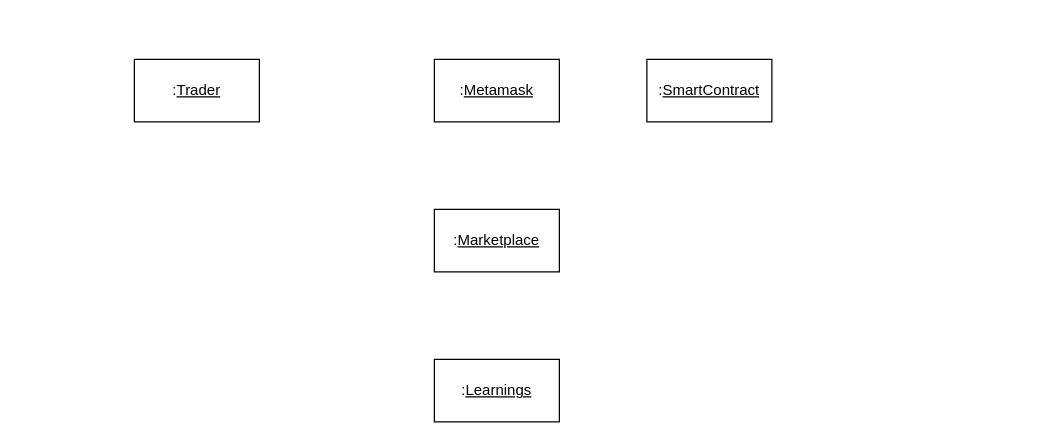
This is collab.drawio from CODEX108/Computer-Security, a draw.io file, before an edit. Source tidied: cells renumbered, new cells numbered last; positions are measured from the earlier drawing's top-left corner, leaving out a move shared by most shapes. Both pictures are drawn from the tidied source at 125%, with x=0, y=0 at pixel (134, 59).
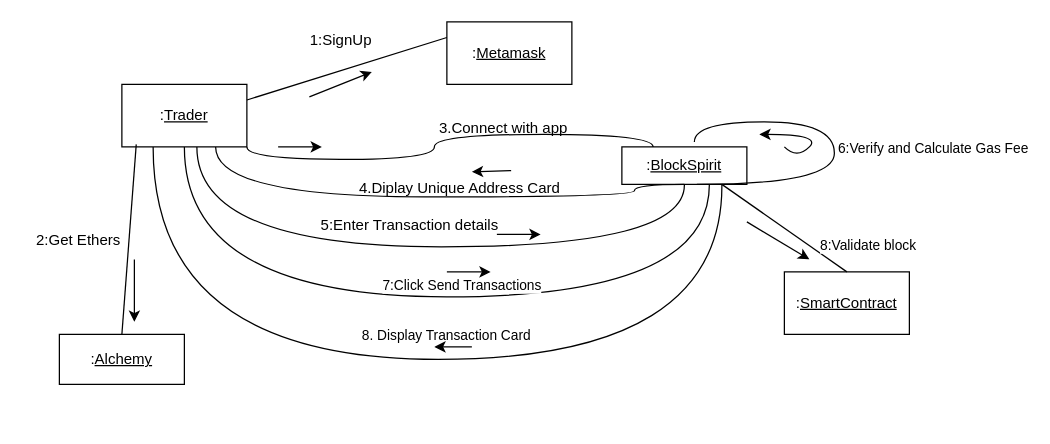
After the change.

What changed in the source:
```diff
@@
     <mxCell id="2" value=":&lt;u&gt;Trader&lt;/u&gt;" style="html=1;whiteSpace=wrap;" parent="1" vertex="1">
-      <mxGeometry width="100" height="50" as="geometry" />
+      <mxGeometry x="-10" y="20" width="100" height="50" as="geometry" />
     </mxCell>
-    <mxCell id="3" value=":&lt;u&gt;Learnings&lt;/u&gt;" style="html=1;whiteSpace=wrap;" parent="1" vertex="1">
-      <mxGeometry x="240" y="240" width="100" height="50" as="geometry" />
-    </mxCell>
-    <mxCell id="4" value=":&lt;u&gt;Marketplace&lt;/u&gt;" style="html=1;whiteSpace=wrap;" parent="1" vertex="1">
-      <mxGeometry x="240" y="120" width="100" height="50" as="geometry" />
+    <mxCell id="4" value=":&lt;u&gt;BlockSpirit&lt;/u&gt;" style="html=1;whiteSpace=wrap;" parent="1" vertex="1">
+      <mxGeometry x="390" y="70" width="100" height="30" as="geometry" />
     </mxCell>
     <mxCell id="5" value=":&lt;u&gt;Metamask&lt;/u&gt;" style="html=1;whiteSpace=wrap;" parent="1" vertex="1">
-      <mxGeometry x="240" width="100" height="50" as="geometry" />
+      <mxGeometry x="250" y="-30" width="100" height="50" as="geometry" />
     </mxCell>
     <mxCell id="6" value=":&lt;u&gt;SmartContract&lt;/u&gt;" style="html=1;whiteSpace=wrap;" parent="1" vertex="1">
-      <mxGeometry x="410" width="100" height="50" as="geometry" />
+      <mxGeometry x="520" y="170" width="100" height="50" as="geometry" />
     </mxCell>
+    <mxCell id="7" style="endArrow=none;html=1;rounded=0;exitX=1;exitY=0.25;exitDx=0;exitDy=0;entryX=0;entryY=0.25;entryDx=0;entryDy=0;" parent="1" edge="1" source="2" target="5">
+      <mxGeometry relative="1" as="geometry" />
+    </mxCell>
+    <mxCell id="8" style="endArrow=classic;html=1;rounded=0;" parent="1" edge="1">
+      <mxGeometry relative="1" as="geometry">
+        <mxPoint x="140" y="30" as="sourcePoint" />
+        <mxPoint x="190" y="10" as="targetPoint" />
+      </mxGeometry>
+    </mxCell>
+    <mxCell id="9" value="1:SignUp" style="text;html=1;align=center;verticalAlign=middle;strokeColor=none;fillColor=none;" parent="1" vertex="1">
+      <mxGeometry x="130" y="-30" width="70" height="30" as="geometry" />
+    </mxCell>
+    <mxCell id="10" value=":&lt;u&gt;Alchemy&lt;/u&gt;" style="html=1;whiteSpace=wrap;" parent="1" vertex="1">
+      <mxGeometry x="-60" y="220" width="100" height="40" as="geometry" />
+    </mxCell>
+    <mxCell id="11" style="endArrow=none;html=1;rounded=0;entryX=0.5;entryY=0;entryDx=0;entryDy=0;exitX=0.115;exitY=0.96;exitDx=0;exitDy=0;exitPerimeter=0;" parent="1" edge="1" source="2" target="10">
+      <mxGeometry relative="1" as="geometry" />
+    </mxCell>
+    <mxCell id="12" style="endArrow=classic;html=1;rounded=0;" parent="1" edge="1">
+      <mxGeometry relative="1" as="geometry">
+        <mxPoint y="160" as="sourcePoint" />
+        <mxPoint y="210" as="targetPoint" />
+      </mxGeometry>
+    </mxCell>
+    <mxCell id="13" value="2:Get Ethers" style="text;html=1;align=center;verticalAlign=middle;strokeColor=none;fillColor=none;" parent="1" vertex="1">
+      <mxGeometry x="-90" y="130" width="90" height="30" as="geometry" />
+    </mxCell>
+    <mxCell id="14" style="endArrow=none;html=1;rounded=0;exitX=1;exitY=1;exitDx=0;exitDy=0;entryX=0.25;entryY=0;entryDx=0;entryDy=0;edgeStyle=orthogonalEdgeStyle;curved=1;" parent="1" edge="1" source="2" target="4">
+      <mxGeometry relative="1" as="geometry" />
+    </mxCell>
+    <mxCell id="15" value="3.Connect with app" style="text;html=1;align=center;verticalAlign=middle;strokeColor=none;fillColor=none;" parent="1" vertex="1">
+      <mxGeometry x="230" y="40" width="130" height="30" as="geometry" />
+    </mxCell>
+    <mxCell id="16" style="endArrow=none;html=1;rounded=0;entryX=0.5;entryY=1;entryDx=0;entryDy=0;exitX=0.75;exitY=1;exitDx=0;exitDy=0;edgeStyle=orthogonalEdgeStyle;curved=1;" parent="1" edge="1" source="2" target="4">
+      <mxGeometry relative="1" as="geometry">
+        <Array as="points">
+          <mxPoint x="65" y="110" />
+          <mxPoint x="400" y="110" />
+          <mxPoint x="400" y="100" />
+        </Array>
+      </mxGeometry>
+    </mxCell>
+    <mxCell id="17" value="4.Diplay Unique Address Card" style="text;html=1;align=center;verticalAlign=middle;points=[];strokeColor=none;fillColor=none;" parent="1" vertex="1">
+      <mxGeometry x="165" y="88" width="190" height="30" as="geometry" />
+    </mxCell>
+    <mxCell id="18" style="endArrow=none;html=1;rounded=0;edgeStyle=orthogonalEdgeStyle;curved=1;exitX=0.6;exitY=1;exitDx=0;exitDy=0;exitPerimeter=0;" parent="1" edge="1" source="2">
+      <mxGeometry relative="1" as="geometry">
+        <mxPoint x="440" y="100" as="targetPoint" />
+        <Array as="points">
+          <mxPoint x="50" y="150" />
+          <mxPoint x="441" y="150" />
+        </Array>
+      </mxGeometry>
+    </mxCell>
+    <mxCell id="19" value="5:Enter Transaction details" style="text;html=1;align=center;verticalAlign=middle;strokeColor=none;fillColor=none;" parent="1" vertex="1">
+      <mxGeometry x="135" y="118" width="170" height="30" as="geometry" />
+    </mxCell>
+    <mxCell id="20" style="endArrow=none;html=1;rounded=0;entryX=0.6;entryY=1;entryDx=0;entryDy=0;edgeStyle=orthogonalEdgeStyle;curved=1;entryPerimeter=0;exitX=0.58;exitY=-0.133;exitDx=0;exitDy=0;exitPerimeter=0;" parent="1" edge="1" source="4" target="4">
+      <mxGeometry relative="1" as="geometry">
+        <Array as="points">
+          <mxPoint x="448" y="50" />
+          <mxPoint x="560" y="50" />
+          <mxPoint x="560" y="100" />
+        </Array>
+      </mxGeometry>
+    </mxCell>
+    <mxCell id="21" value="6:Verify and Calculate Gas Fee" style="edgeLabel;html=1;align=center;verticalAlign=middle;" parent="20" vertex="1">
+      <mxGeometry x="-0.7" y="-6" relative="1" as="geometry">
+        <mxPoint x="164" y="14" as="offset" />
+      </mxGeometry>
+    </mxCell>
+    <mxCell id="22" style="endArrow=none;html=1;rounded=0;exitX=0.5;exitY=1;exitDx=0;exitDy=0;edgeStyle=orthogonalEdgeStyle;curved=1;" parent="1" edge="1" source="2">
+      <mxGeometry relative="1" as="geometry">
+        <mxPoint x="460" y="100" as="targetPoint" />
+        <Array as="points">
+          <mxPoint x="40" y="190" />
+          <mxPoint x="460" y="190" />
+        </Array>
+      </mxGeometry>
+    </mxCell>
+    <mxCell id="23" value="7:Click Send Transactions" style="edgeLabel;html=1;align=center;verticalAlign=middle;" parent="22" vertex="1">
+      <mxGeometry x="0.04" y="8" relative="1" as="geometry">
+        <mxPoint x="13" y="-2" as="offset" />
+      </mxGeometry>
+    </mxCell>
+    <mxCell id="24" style="endArrow=none;html=1;rounded=0;exitX=0.5;exitY=0;exitDx=0;exitDy=0;" parent="1" edge="1" source="6">
+      <mxGeometry relative="1" as="geometry">
+        <mxPoint x="470" y="100" as="targetPoint" />
+      </mxGeometry>
+    </mxCell>
+    <mxCell id="25" value="8:Validate block&amp;nbsp;&amp;nbsp;" style="edgeLabel;html=1;align=center;verticalAlign=middle;" parent="24" vertex="1">
+      <mxGeometry x="-0.27" y="-6" relative="1" as="geometry">
+        <mxPoint x="53" y="9" as="offset" />
+      </mxGeometry>
+    </mxCell>
+    <mxCell id="26" style="endArrow=none;html=1;rounded=0;exitX=0.25;exitY=1;exitDx=0;exitDy=0;edgeStyle=orthogonalEdgeStyle;curved=1;" parent="1" edge="1" source="2">
+      <mxGeometry relative="1" as="geometry">
+        <mxPoint x="470" y="100" as="targetPoint" />
+        <Array as="points">
+          <mxPoint x="15" y="240" />
+          <mxPoint x="471" y="240" />
+        </Array>
+      </mxGeometry>
+    </mxCell>
+    <mxCell id="27" value="8. Display Transaction Card&amp;nbsp;" style="edgeLabel;html=1;align=center;verticalAlign=middle;" parent="26" vertex="1">
+      <mxGeometry x="0.01" y="7" relative="1" as="geometry">
+        <mxPoint x="18" y="-13" as="offset" />
+      </mxGeometry>
+    </mxCell>
+    <mxCell id="28" style="endArrow=classic;html=1;rounded=0;" parent="1" edge="1">
+      <mxGeometry relative="1" as="geometry">
+        <mxPoint x="490" y="130" as="sourcePoint" />
+        <mxPoint x="540" y="160" as="targetPoint" />
+      </mxGeometry>
+    </mxCell>
+    <mxCell id="29" style="endArrow=classic;html=1;rounded=0;" parent="1" edge="1">
+      <mxGeometry relative="1" as="geometry">
+        <mxPoint x="115" y="70" as="sourcePoint" />
+        <mxPoint x="150" y="70" as="targetPoint" />
+      </mxGeometry>
+    </mxCell>
+    <mxCell id="30" style="endArrow=classic;html=1;rounded=0;exitX=0.718;exitY=0.033;exitDx=0;exitDy=0;exitPerimeter=0;" parent="1" edge="1" source="17">
+      <mxGeometry relative="1" as="geometry">
+        <mxPoint x="270" y="90" as="targetPoint" />
+      </mxGeometry>
+    </mxCell>
+    <mxCell id="31" style="endArrow=classic;html=1;rounded=0;" parent="1" edge="1">
+      <mxGeometry relative="1" as="geometry">
+        <mxPoint x="290" y="140" as="sourcePoint" />
+        <mxPoint x="325" y="140" as="targetPoint" />
+      </mxGeometry>
+    </mxCell>
+    <mxCell id="32" style="endArrow=classic;html=1;rounded=0;" parent="1" edge="1">
+      <mxGeometry relative="1" as="geometry">
+        <mxPoint x="270" y="230" as="sourcePoint" />
+        <mxPoint x="240" y="230" as="targetPoint" />
+      </mxGeometry>
+    </mxCell>
+    <mxCell id="33" style="endArrow=classic;html=1;rounded=0;" parent="1" edge="1">
+      <mxGeometry relative="1" as="geometry">
+        <mxPoint x="250" y="170" as="sourcePoint" />
+        <mxPoint x="285" y="170" as="targetPoint" />
+      </mxGeometry>
+    </mxCell>
+    <mxCell id="34" style="curved=1;endArrow=classic;html=1;rounded=0;" parent="1" edge="1">
+      <mxGeometry relative="1" as="geometry">
+        <mxPoint x="520" y="70" as="sourcePoint" />
+        <mxPoint x="500" y="60" as="targetPoint" />
+        <Array as="points">
+          <mxPoint x="530" y="80" />
+          <mxPoint x="550" y="60" />
+        </Array>
+      </mxGeometry>
+    </mxCell>
```
